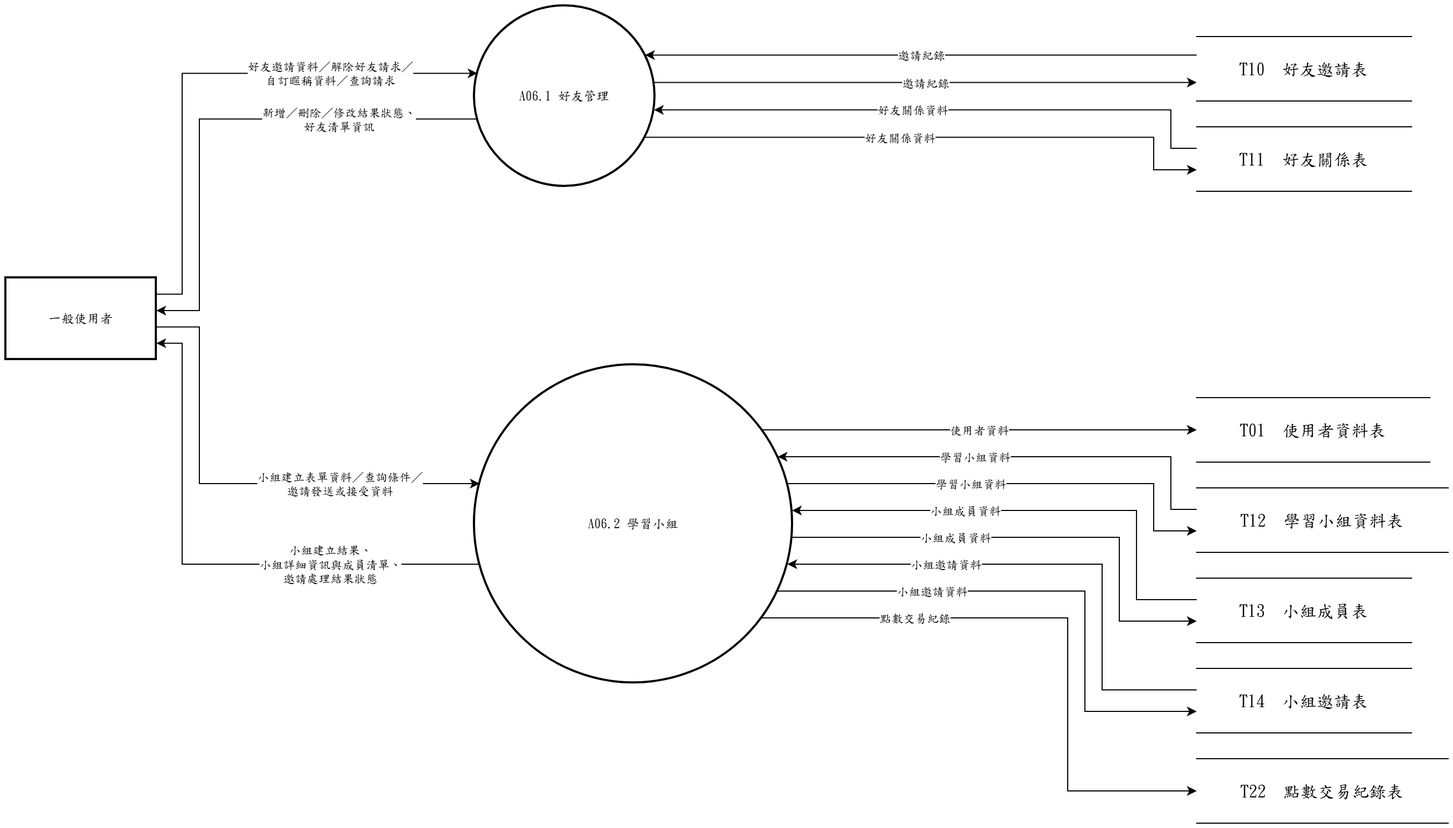
Earlier version of the draw.io export 系統文件/第6章/DFD圖/圖6/新/圖6.drawio.png (s22452007/115502). Source tidied: cells renumbered, new cells last; positions are measured from the earlier drawing's top-left corner, leaving out a move shared by most shapes. The source it was exported from:
```xml
<mxGraphModel>
  <root>
    <mxCell id="0" />
    <mxCell id="1" parent="0" />
    <mxCell id="2" value="A06.1 好友管理" style="ellipse;strokeWidth=2;whiteSpace=wrap;html=1;fontFamily=標楷體;" parent="1" vertex="1">
      <mxGeometry x="436" width="168" height="168" as="geometry" />
    </mxCell>
    <mxCell id="3" value="A06.2 學習小組" style="ellipse;strokeWidth=2;whiteSpace=wrap;html=1;fontFamily=標楷體;" parent="1" vertex="1">
      <mxGeometry x="436" y="334" width="296" height="296" as="geometry" />
    </mxCell>
    <mxCell id="4" value="一般使用者" style="whiteSpace=wrap;strokeWidth=2;html=1;fontFamily=標楷體;" parent="1" vertex="1">
      <mxGeometry y="253.1" width="140" height="76" as="geometry" />
    </mxCell>
    <mxCell id="5" value="T10  好友邀請表" style="shape=partialRectangle;whiteSpace=wrap;html=1;left=0;right=0;fontFamily=標楷體;fontSize=16;" parent="1" vertex="1">
      <mxGeometry x="1108" y="28.5" width="200" height="60" as="geometry" />
    </mxCell>
    <mxCell id="6" value="T11  好友關係表" style="shape=partialRectangle;whiteSpace=wrap;html=1;left=0;right=0;fontFamily=標楷體;fontSize=16;" parent="1" vertex="1">
      <mxGeometry x="1108" y="112.5" width="200" height="60" as="geometry" />
    </mxCell>
    <mxCell id="7" value="T01  使用者資料表" style="shape=partialRectangle;whiteSpace=wrap;html=1;left=0;right=0;fontFamily=標楷體;fontSize=16;" parent="1" vertex="1">
      <mxGeometry x="1108" y="364.5" width="217" height="60" as="geometry" />
    </mxCell>
    <mxCell id="8" value="T12  學習小組資料表" style="shape=partialRectangle;whiteSpace=wrap;html=1;left=0;right=0;fontFamily=標楷體;fontSize=16;" parent="1" vertex="1">
      <mxGeometry x="1108" y="448.5" width="234" height="60" as="geometry" />
    </mxCell>
    <mxCell id="9" value="T13  小組成員表" style="shape=partialRectangle;whiteSpace=wrap;html=1;left=0;right=0;fontFamily=標楷體;fontSize=16;" parent="1" vertex="1">
      <mxGeometry x="1108" y="532.5" width="200" height="60" as="geometry" />
    </mxCell>
    <mxCell id="10" value="T14  小組邀請表" style="shape=partialRectangle;whiteSpace=wrap;html=1;left=0;right=0;fontFamily=標楷體;fontSize=16;" parent="1" vertex="1">
      <mxGeometry x="1108" y="616.5" width="200" height="60" as="geometry" />
    </mxCell>
    <mxCell id="11" value="T22  點數交易紀錄表" style="shape=partialRectangle;whiteSpace=wrap;html=1;left=0;right=0;fontFamily=標楷體;fontSize=16;" parent="1" vertex="1">
      <mxGeometry x="1108" y="700.5" width="234" height="60" as="geometry" />
    </mxCell>
    <mxCell id="12" style="edgeStyle=none;rounded=0;html=1;fontFamily=標楷體;endArrow=classic;exitX=1.0000;exitY=0.2000;exitDx=0;exitDy=0;exitPerimeter=0;entryX=0.0163;entryY=0.3733;entryDx=0;entryDy=0;entryPerimeter=0;" parent="1" edge="1" source="4" target="2">
      <mxGeometry relative="1" as="geometry">
        <Array as="points">
          <mxPoint x="164" y="268.3" />
          <mxPoint x="164" y="62.7" />
        </Array>
      </mxGeometry>
    </mxCell>
    <mxCell id="13" value="好友邀請資料／解除好友請求／&lt;br&gt;自訂暱稱資料／查詢請求" style="edgeLabel;html=1;align=center;verticalAlign=middle;fontFamily=標楷體;" parent="12" vertex="1">
      <mxGeometry x="0.46" relative="1" as="geometry" />
    </mxCell>
    <mxCell id="14" style="edgeStyle=none;rounded=0;html=1;fontFamily=標楷體;endArrow=classic;exitX=0.0000;exitY=0.2872;exitDx=0;exitDy=0;exitPerimeter=0;entryX=0.9450;entryY=0.2720;entryDx=0;entryDy=0;entryPerimeter=0;" parent="1" edge="1" source="5" target="2">
      <mxGeometry relative="1" as="geometry" />
    </mxCell>
    <mxCell id="15" value="邀請紀錄" style="edgeLabel;html=1;align=center;verticalAlign=middle;fontFamily=標楷體;" parent="14" vertex="1">
      <mxGeometry relative="1" as="geometry" />
    </mxCell>
    <mxCell id="16" style="edgeStyle=none;rounded=0;html=1;fontFamily=標楷體;endArrow=classic;exitX=0.0000;exitY=0.3333;exitDx=0;exitDy=0;exitPerimeter=0;entryX=0.9942;entryY=0.5760;entryDx=0;entryDy=0;entryPerimeter=0;" parent="1" edge="1" source="6" target="2">
      <mxGeometry relative="1" as="geometry">
        <Array as="points">
          <mxPoint x="1084" y="132.5" />
          <mxPoint x="1084" y="96.8" />
        </Array>
      </mxGeometry>
    </mxCell>
    <mxCell id="17" value="好友關係資料" style="edgeLabel;html=1;align=center;verticalAlign=middle;fontFamily=標楷體;" parent="16" vertex="1">
      <mxGeometry x="0.11" relative="1" as="geometry" />
    </mxCell>
    <mxCell id="18" style="edgeStyle=none;rounded=0;html=1;fontFamily=標楷體;endArrow=classic;exitX=0.0163;exitY=0.6267;exitDx=0;exitDy=0;exitPerimeter=0;entryX=1.0000;entryY=0.4000;entryDx=0;entryDy=0;entryPerimeter=0;" parent="1" edge="1" source="2" target="4">
      <mxGeometry relative="1" as="geometry">
        <Array as="points">
          <mxPoint x="180" y="105.3" />
          <mxPoint x="180" y="283.5" />
        </Array>
      </mxGeometry>
    </mxCell>
    <mxCell id="19" value="新增／刪除／修改結果狀態、&lt;br&gt;好友清單資訊" style="edgeLabel;html=1;align=center;verticalAlign=middle;fontFamily=標楷體;" parent="18" vertex="1">
      <mxGeometry x="-0.46" relative="1" as="geometry" />
    </mxCell>
    <mxCell id="20" style="edgeStyle=none;rounded=0;html=1;fontFamily=標楷體;endArrow=classic;exitX=0.9942;exitY=0.4240;exitDx=0;exitDy=0;exitPerimeter=0;entryX=0.0000;entryY=0.7128;entryDx=0;entryDy=0;entryPerimeter=0;" parent="1" edge="1" source="2" target="5">
      <mxGeometry relative="1" as="geometry" />
    </mxCell>
    <mxCell id="21" value="邀請紀錄" style="edgeLabel;html=1;align=center;verticalAlign=middle;fontFamily=標楷體;" parent="20" vertex="1">
      <mxGeometry relative="1" as="geometry" />
    </mxCell>
    <mxCell id="22" style="edgeStyle=none;rounded=0;html=1;fontFamily=標楷體;endArrow=classic;exitX=0.9450;exitY=0.7280;exitDx=0;exitDy=0;exitPerimeter=0;entryX=0.0000;entryY=0.6667;entryDx=0;entryDy=0;entryPerimeter=0;" parent="1" edge="1" source="2" target="6">
      <mxGeometry relative="1" as="geometry">
        <Array as="points">
          <mxPoint x="1068" y="122.3" />
          <mxPoint x="1068" y="152.5" />
        </Array>
      </mxGeometry>
    </mxCell>
    <mxCell id="23" value="好友關係資料" style="edgeLabel;html=1;align=center;verticalAlign=middle;fontFamily=標楷體;" parent="22" vertex="1">
      <mxGeometry x="-0.13" relative="1" as="geometry" />
    </mxCell>
    <mxCell id="24" style="edgeStyle=none;rounded=0;html=1;fontFamily=標楷體;endArrow=classic;exitX=1.0000;exitY=0.6000;exitDx=0;exitDy=0;exitPerimeter=0;entryX=0.0163;entryY=0.3733;entryDx=0;entryDy=0;entryPerimeter=0;" parent="1" edge="1" source="4" target="3">
      <mxGeometry relative="1" as="geometry">
        <Array as="points">
          <mxPoint x="180" y="298.7" />
          <mxPoint x="180" y="444.5" />
        </Array>
      </mxGeometry>
    </mxCell>
    <mxCell id="25" value="小組建立表單資料／查詢條件／&lt;br&gt;邀請發送或接受資料" style="edgeLabel;html=1;align=center;verticalAlign=middle;fontFamily=標楷體;" parent="24" vertex="1">
      <mxGeometry x="0.42" relative="1" as="geometry" />
    </mxCell>
    <mxCell id="26" style="edgeStyle=none;rounded=0;html=1;fontFamily=標楷體;endArrow=classic;exitX=0.0000;exitY=0.3333;exitDx=0;exitDy=0;exitPerimeter=0;entryX=0.9532;entryY=0.2889;entryDx=0;entryDy=0;entryPerimeter=0;" parent="1" edge="1" source="8" target="3">
      <mxGeometry relative="1" as="geometry">
        <Array as="points">
          <mxPoint x="1084" y="468.5" />
          <mxPoint x="1084" y="419.5" />
        </Array>
      </mxGeometry>
    </mxCell>
    <mxCell id="27" value="學習小組資料" style="edgeLabel;html=1;align=center;verticalAlign=middle;fontFamily=標楷體;" parent="26" vertex="1">
      <mxGeometry x="0.17" relative="1" as="geometry" />
    </mxCell>
    <mxCell id="28" style="edgeStyle=none;rounded=0;html=1;fontFamily=標楷體;endArrow=classic;exitX=0.0000;exitY=0.3333;exitDx=0;exitDy=0;exitPerimeter=0;entryX=0.9982;entryY=0.4578;entryDx=0;entryDy=0;entryPerimeter=0;" parent="1" edge="1" source="9" target="3">
      <mxGeometry relative="1" as="geometry">
        <Array as="points">
          <mxPoint x="1052" y="552.5" />
          <mxPoint x="1052" y="469.5" />
        </Array>
      </mxGeometry>
    </mxCell>
    <mxCell id="29" value="小組成員資料" style="edgeLabel;html=1;align=center;verticalAlign=middle;fontFamily=標楷體;" parent="28" vertex="1">
      <mxGeometry x="0.3" relative="1" as="geometry" />
    </mxCell>
    <mxCell id="30" style="edgeStyle=none;rounded=0;html=1;fontFamily=標楷體;endArrow=classic;exitX=0.0000;exitY=0.3333;exitDx=0;exitDy=0;exitPerimeter=0;entryX=0.9837;entryY=0.6267;entryDx=0;entryDy=0;entryPerimeter=0;" parent="1" edge="1" source="10" target="3">
      <mxGeometry relative="1" as="geometry">
        <Array as="points">
          <mxPoint x="1020" y="636.5" />
          <mxPoint x="1020" y="519.5" />
        </Array>
      </mxGeometry>
    </mxCell>
    <mxCell id="31" value="小組邀請資料" style="edgeLabel;html=1;align=center;verticalAlign=middle;fontFamily=標楷體;" parent="30" vertex="1">
      <mxGeometry x="0.41" relative="1" as="geometry" />
    </mxCell>
    <mxCell id="32" style="edgeStyle=none;rounded=0;html=1;fontFamily=標楷體;endArrow=classic;exitX=0.0163;exitY=0.6267;exitDx=0;exitDy=0;exitPerimeter=0;entryX=1.0000;entryY=0.8000;entryDx=0;entryDy=0;entryPerimeter=0;" parent="1" edge="1" source="3" target="4">
      <mxGeometry relative="1" as="geometry">
        <Array as="points">
          <mxPoint x="164" y="519.5" />
          <mxPoint x="164" y="313.9" />
        </Array>
      </mxGeometry>
    </mxCell>
    <mxCell id="33" value="小組建立結果、&lt;br&gt;小組詳細資訊與成員清單、&lt;br&gt;邀請處理結果狀態" style="edgeLabel;html=1;align=center;verticalAlign=middle;fontFamily=標楷體;" parent="32" vertex="1">
      <mxGeometry x="-0.45" relative="1" as="geometry" />
    </mxCell>
    <mxCell id="34" style="edgeStyle=none;rounded=0;html=1;fontFamily=標楷體;endArrow=classic;exitX=0.9837;exitY=0.3733;exitDx=0;exitDy=0;exitPerimeter=0;entryX=0.0000;entryY=0.6667;entryDx=0;entryDy=0;entryPerimeter=0;" parent="1" edge="1" source="3" target="8">
      <mxGeometry relative="1" as="geometry">
        <Array as="points">
          <mxPoint x="1068" y="444.5" />
          <mxPoint x="1068" y="488.5" />
        </Array>
      </mxGeometry>
    </mxCell>
    <mxCell id="35" value="學習小組資料" style="edgeLabel;html=1;align=center;verticalAlign=middle;fontFamily=標楷體;" parent="34" vertex="1">
      <mxGeometry x="-0.2" relative="1" as="geometry" />
    </mxCell>
    <mxCell id="36" style="edgeStyle=none;rounded=0;html=1;fontFamily=標楷體;endArrow=classic;exitX=0.9982;exitY=0.5422;exitDx=0;exitDy=0;exitPerimeter=0;entryX=0.0000;entryY=0.6667;entryDx=0;entryDy=0;entryPerimeter=0;" parent="1" edge="1" source="3" target="9">
      <mxGeometry relative="1" as="geometry">
        <Array as="points">
          <mxPoint x="1036" y="494.5" />
          <mxPoint x="1036" y="572.5" />
        </Array>
      </mxGeometry>
    </mxCell>
    <mxCell id="37" value="小組成員資料" style="edgeLabel;html=1;align=center;verticalAlign=middle;fontFamily=標楷體;" parent="36" vertex="1">
      <mxGeometry x="-0.33" relative="1" as="geometry" />
    </mxCell>
    <mxCell id="38" style="edgeStyle=none;rounded=0;html=1;fontFamily=標楷體;endArrow=classic;exitX=0.9532;exitY=0.7111;exitDx=0;exitDy=0;exitPerimeter=0;entryX=0.0000;entryY=0.6667;entryDx=0;entryDy=0;entryPerimeter=0;" parent="1" edge="1" source="3" target="10">
      <mxGeometry relative="1" as="geometry">
        <Array as="points">
          <mxPoint x="1004" y="544.5" />
          <mxPoint x="1004" y="656.5" />
        </Array>
      </mxGeometry>
    </mxCell>
    <mxCell id="39" value="小組邀請資料" style="edgeLabel;html=1;align=center;verticalAlign=middle;fontFamily=標楷體;" parent="38" vertex="1">
      <mxGeometry x="-0.43" relative="1" as="geometry" />
    </mxCell>
    <mxCell id="40" style="edgeStyle=none;rounded=0;html=1;fontFamily=標楷體;endArrow=classic;exitX=0.9033;exitY=0.2044;exitDx=0;exitDy=0;exitPerimeter=0;entryX=0.0000;entryY=0.5000;entryDx=0;entryDy=0;entryPerimeter=0;" parent="1" edge="1" source="3" target="7">
      <mxGeometry relative="1" as="geometry" />
    </mxCell>
    <mxCell id="41" value="使用者資料" style="edgeLabel;html=1;align=center;verticalAlign=middle;fontFamily=標楷體;" parent="40" vertex="1">
      <mxGeometry relative="1" as="geometry" />
    </mxCell>
    <mxCell id="42" style="edgeStyle=none;rounded=0;html=1;fontFamily=標楷體;endArrow=classic;exitX=0.9033;exitY=0.7956;exitDx=0;exitDy=0;exitPerimeter=0;entryX=0.0000;entryY=0.5000;entryDx=0;entryDy=0;entryPerimeter=0;" parent="1" edge="1" source="3" target="11">
      <mxGeometry relative="1" as="geometry">
        <Array as="points">
          <mxPoint x="988" y="569.5" />
          <mxPoint x="988" y="730.5" />
        </Array>
      </mxGeometry>
    </mxCell>
    <mxCell id="43" value="點數交易紀錄" style="edgeLabel;html=1;align=center;verticalAlign=middle;fontFamily=標楷體;" parent="42" vertex="1">
      <mxGeometry x="-0.5" relative="1" as="geometry" />
    </mxCell>
  </root>
</mxGraphModel>
```
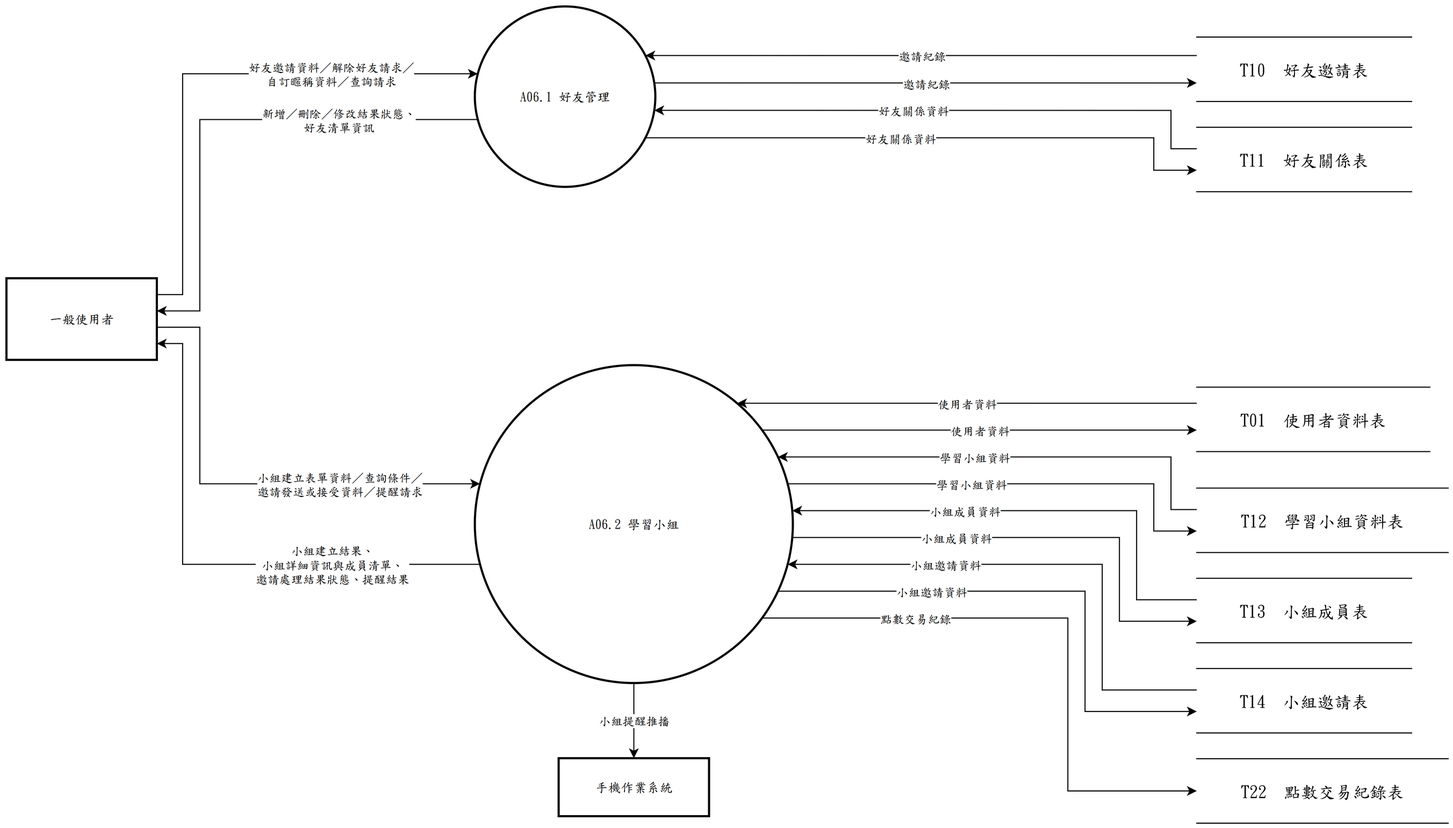
After the change.

The edit, as a diff of the source:
```diff
@@ -18,7 +18,7 @@
       <mxGeometry x="1108" y="112.5" width="200" height="60" as="geometry" />
     </mxCell>
     <mxCell id="7" value="T01  使用者資料表" style="shape=partialRectangle;whiteSpace=wrap;html=1;left=0;right=0;fontFamily=標楷體;fontSize=16;" parent="1" vertex="1">
-      <mxGeometry x="1108" y="364.5" width="217" height="60" as="geometry" />
+      <mxGeometry x="1108" y="354.5" width="217" height="60" as="geometry" />
     </mxCell>
     <mxCell id="8" value="T12  學習小組資料表" style="shape=partialRectangle;whiteSpace=wrap;html=1;left=0;right=0;fontFamily=標楷體;fontSize=16;" parent="1" vertex="1">
       <mxGeometry x="1108" y="448.5" width="234" height="60" as="geometry" />
@@ -96,7 +96,7 @@
         </Array>
       </mxGeometry>
     </mxCell>
-    <mxCell id="25" value="小組建立表單資料／查詢條件／&lt;br&gt;邀請發送或接受資料" style="edgeLabel;html=1;align=center;verticalAlign=middle;fontFamily=標楷體;" parent="24" vertex="1">
+    <mxCell id="25" value="小組建立表單資料／查詢條件／&lt;br&gt;邀請發送或接受資料／提醒請求" style="edgeLabel;html=1;align=center;verticalAlign=middle;fontFamily=標楷體;" parent="24" vertex="1">
       <mxGeometry x="0.42" relative="1" as="geometry" />
     </mxCell>
     <mxCell id="26" style="edgeStyle=none;rounded=0;html=1;fontFamily=標楷體;endArrow=classic;exitX=0.0000;exitY=0.3333;exitDx=0;exitDy=0;exitPerimeter=0;entryX=0.9532;entryY=0.2889;entryDx=0;entryDy=0;entryPerimeter=0;" parent="1" edge="1" source="8" target="3">
@@ -140,7 +140,7 @@
         </Array>
       </mxGeometry>
     </mxCell>
-    <mxCell id="33" value="小組建立結果、&lt;br&gt;小組詳細資訊與成員清單、&lt;br&gt;邀請處理結果狀態" style="edgeLabel;html=1;align=center;verticalAlign=middle;fontFamily=標楷體;" parent="32" vertex="1">
+    <mxCell id="33" value="小組建立結果、&lt;br&gt;小組詳細資訊與成員清單、&lt;br&gt;邀請處理結果狀態、提醒結果" style="edgeLabel;html=1;align=center;verticalAlign=middle;fontFamily=標楷體;" parent="32" vertex="1">
       <mxGeometry x="-0.45" relative="1" as="geometry" />
     </mxCell>
     <mxCell id="34" style="edgeStyle=none;rounded=0;html=1;fontFamily=標楷體;endArrow=classic;exitX=0.9837;exitY=0.3733;exitDx=0;exitDy=0;exitPerimeter=0;entryX=0.0000;entryY=0.6667;entryDx=0;entryDy=0;entryPerimeter=0;" parent="1" edge="1" source="3" target="8">
@@ -176,7 +176,7 @@
     <mxCell id="39" value="小組邀請資料" style="edgeLabel;html=1;align=center;verticalAlign=middle;fontFamily=標楷體;" parent="38" vertex="1">
       <mxGeometry x="-0.43" relative="1" as="geometry" />
     </mxCell>
-    <mxCell id="40" style="edgeStyle=none;rounded=0;html=1;fontFamily=標楷體;endArrow=classic;exitX=0.9033;exitY=0.2044;exitDx=0;exitDy=0;exitPerimeter=0;entryX=0.0000;entryY=0.5000;entryDx=0;entryDy=0;entryPerimeter=0;" parent="1" edge="1" source="3" target="7">
+    <mxCell id="40" style="edgeStyle=none;rounded=0;html=1;fontFamily=標楷體;endArrow=classic;exitX=0.9033;exitY=0.2044;exitDx=0;exitDy=0;exitPerimeter=0;entryX=0.0000;entryY=0.6667;entryDx=0;entryDy=0;entryPerimeter=0;" parent="1" edge="1" source="3" target="7">
       <mxGeometry relative="1" as="geometry" />
     </mxCell>
     <mxCell id="41" value="使用者資料" style="edgeLabel;html=1;align=center;verticalAlign=middle;fontFamily=標楷體;" parent="40" vertex="1">
@@ -193,5 +193,20 @@
     <mxCell id="43" value="點數交易紀錄" style="edgeLabel;html=1;align=center;verticalAlign=middle;fontFamily=標楷體;" parent="42" vertex="1">
       <mxGeometry x="-0.5" relative="1" as="geometry" />
     </mxCell>
+    <mxCell id="44" style="edgeStyle=none;rounded=0;html=1;fontFamily=標楷體;endArrow=classic;exitX=0.0000;exitY=0.2500;exitDx=0;exitDy=0;exitPerimeter=0;entryX=0.8249;entryY=0.1199;entryDx=0;entryDy=0;entryPerimeter=0;" parent="1" edge="1" source="7" target="3">
+      <mxGeometry relative="1" as="geometry" />
+    </mxCell>
+    <mxCell id="45" value="使用者資料" style="edgeLabel;html=1;align=center;verticalAlign=middle;fontFamily=標楷體;" parent="44" vertex="1">
+      <mxGeometry relative="1" as="geometry" />
+    </mxCell>
+    <mxCell id="46" value="手機作業系統" style="whiteSpace=wrap;strokeWidth=2;html=1;fontFamily=標楷體;" parent="1" vertex="1">
+      <mxGeometry x="514" y="700" width="140" height="54" as="geometry" />
+    </mxCell>
+    <mxCell id="47" style="edgeStyle=none;rounded=0;html=1;fontFamily=標楷體;endArrow=classic;exitX=0.5000;exitY=1.0000;exitDx=0;exitDy=0;exitPerimeter=0;entryX=0.5000;entryY=0.0000;entryDx=0;entryDy=0;entryPerimeter=0;" parent="1" edge="1" source="3" target="46">
+      <mxGeometry relative="1" as="geometry" />
+    </mxCell>
+    <mxCell id="48" value="小組提醒推播" style="edgeLabel;html=1;align=center;verticalAlign=middle;fontFamily=標楷體;" parent="47" vertex="1">
+      <mxGeometry relative="1" as="geometry" />
+    </mxCell>
   </root>
 </mxGraphModel>
```
